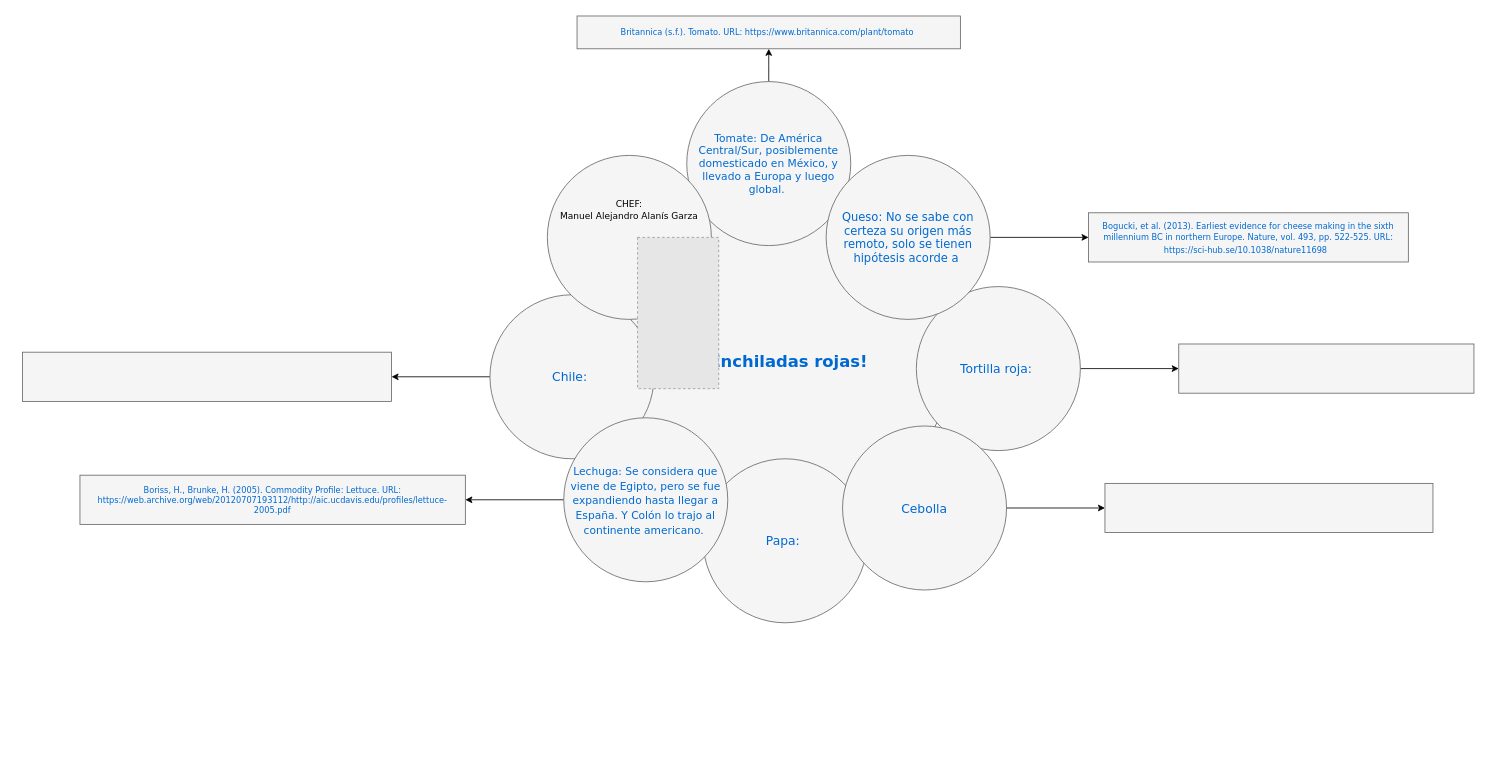
This is Diagrama sin título.drawio from manuelaag99/DRAWioFILES, a draw.io file, before an edit. Source tidied: cells renumbered, new cells numbered last; positions are measured from the earlier drawing's top-left corner, leaving out a move shared by most shapes. Both pictures are drawn from the tidied source at 82%, with x=0, y=0 at pixel (22, 16). Pictures stored in the file or linked from it are replaced by grey dashed boxes.
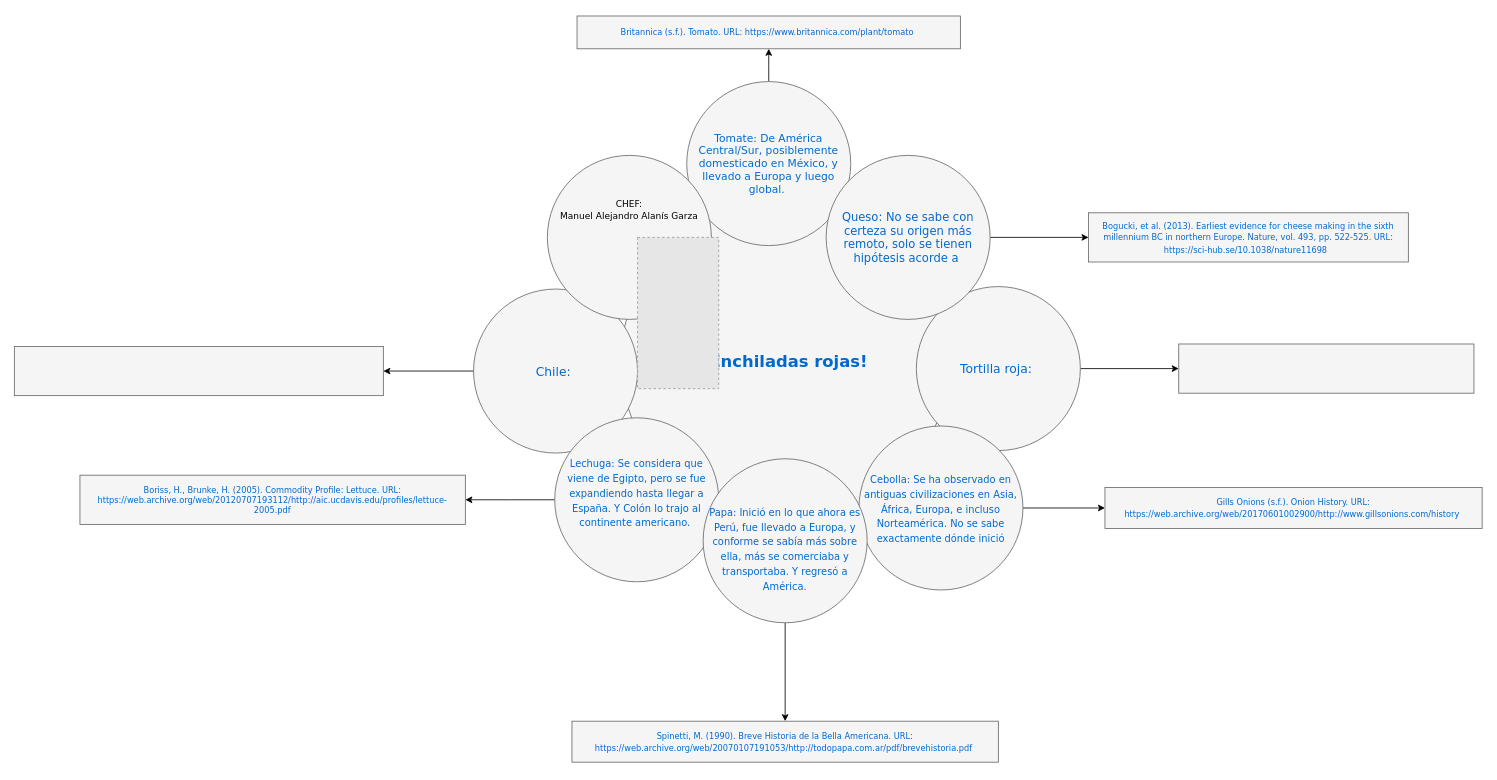
The same page after the edit.

Change to the diagram source:
```diff
@@
-    <mxCell id="5" value="Papa:&amp;nbsp;" style="ellipse;whiteSpace=wrap;html=1;rounded=0;shadow=0;dashed=0;comic=0;fontFamily=Verdana;fontSize=15;fontColor=#0069D1;fillColor=#f5f5f5;strokeColor=#666666;" parent="1" vertex="1">
-      <mxGeometry x="830" y="540" width="200" height="200" as="geometry" />
-    </mxCell>
+    <mxCell id="24" style="edgeStyle=orthogonalEdgeStyle;rounded=0;jettySize=auto;html=1;fontSize=20;fontColor=#000000;" parent="1" edge="1" source="5" target="25">
+      <mxGeometry relative="1" as="geometry" />
+    </mxCell>
@@
     <mxCell id="9" value="Chile:&amp;nbsp;" style="ellipse;whiteSpace=wrap;html=1;rounded=0;shadow=0;dashed=0;comic=0;fontFamily=Verdana;fontSize=15;fontColor=#0069D1;fillColor=#f5f5f5;strokeColor=#666666;" parent="1" vertex="1">
-      <mxGeometry x="570" y="340" width="200" height="200" as="geometry" />
+      <mxGeometry x="550" y="333" width="200" height="200" as="geometry" />
     </mxCell>
@@
-    <mxCell id="14" value="Cebolla" style="ellipse;whiteSpace=wrap;html=1;rounded=0;shadow=0;dashed=0;comic=0;fontFamily=Verdana;fontSize=15;fontColor=#0069D1;fillColor=#f5f5f5;strokeColor=#666666;" parent="1" vertex="1">
-      <mxGeometry x="1000" y="500" width="200" height="200" as="geometry" />
+    <mxCell id="14" value="&lt;font style=&quot;font-size: 12px;&quot;&gt;Cebolla: Se ha observado en antiguas civilizaciones en Asia, África, Europa, e incluso Norteamérica. No se sabe exactamente dónde inició&lt;/font&gt;" style="ellipse;whiteSpace=wrap;html=1;rounded=0;shadow=0;dashed=0;comic=0;fontFamily=Verdana;fontSize=15;fontColor=#0069D1;fillColor=#f5f5f5;strokeColor=#666666;" parent="1" vertex="1">
+      <mxGeometry x="1020" y="500" width="200" height="200" as="geometry" />
     </mxCell>
@@
-    <mxCell id="16" value="&lt;span style=&quot;font-size: 13px;&quot;&gt;Lechuga:&amp;nbsp;Se considera que viene de Egipto, pero se fue expandiendo hasta llegar a España. Y Colón lo trajo al continente americano.&amp;nbsp;&lt;/span&gt;" style="ellipse;whiteSpace=wrap;html=1;rounded=0;shadow=0;dashed=0;comic=0;fontFamily=Verdana;fontSize=15;fontColor=#0069D1;fillColor=#f5f5f5;strokeColor=#666666;" parent="1" vertex="1">
-      <mxGeometry x="660" y="490" width="200" height="200" as="geometry" />
+    <mxCell id="16" value="&lt;font style=&quot;font-size: 12px;&quot;&gt;Lechuga:&amp;nbsp;Se considera que viene de Egipto, pero se fue expandiendo hasta llegar a España. Y Colón lo trajo al continente americano.&amp;nbsp;&lt;br&gt;&lt;br&gt;&lt;/font&gt;" style="ellipse;whiteSpace=wrap;html=1;rounded=0;shadow=0;dashed=0;comic=0;fontFamily=Verdana;fontSize=15;fontColor=#0069D1;fillColor=#f5f5f5;strokeColor=#666666;" parent="1" vertex="1">
+      <mxGeometry x="649" y="490" width="200" height="200" as="geometry" />
     </mxCell>
@@
-    <mxCell id="20" style="whiteSpace=wrap;html=1;fontSize=15;fontFamily=Verdana;fillColor=#f5f5f5;strokeColor=#666666;fontColor=#0069D1;rounded=0;shadow=0;dashed=0;comic=0;" parent="1" vertex="1">
-      <mxGeometry x="1320" y="570" width="400" height="60" as="geometry" />
+    <mxCell id="20" value="&lt;p style=&quot;line-height: 90%;&quot;&gt;&lt;font style=&quot;font-size: 10px;&quot;&gt;Gills Onions (s.f.). Onion History. URL: https://web.archive.org/web/20170601002900/http://www.gillsonions.com/history&amp;nbsp;&lt;/font&gt;&lt;/p&gt;" style="whiteSpace=wrap;html=1;fontSize=15;fontFamily=Verdana;fillColor=#f5f5f5;strokeColor=#666666;fontColor=#0069D1;rounded=0;shadow=0;dashed=0;comic=0;" parent="1" vertex="1">
+      <mxGeometry x="1320" y="575" width="460" height="50" as="geometry" />
     </mxCell>
     <mxCell id="21" style="whiteSpace=wrap;html=1;fontSize=15;fontFamily=Verdana;fillColor=#f5f5f5;strokeColor=#666666;fontColor=#0069D1;rounded=0;shadow=0;dashed=0;comic=0;" parent="1" vertex="1">
-      <mxGeometry y="410" width="450" height="60" as="geometry" />
+      <mxGeometry x="-10" y="403" width="450" height="60" as="geometry" />
     </mxCell>
@@
+    <mxCell id="25" value="&lt;p style=&quot;line-height: 90%;&quot;&gt;&lt;font style=&quot;font-size: 10px;&quot;&gt;Spinetti, M. (1990). Breve Historia de la Bella Americana. URL: https://web.archive.org/web/20070107191053/http://todopapa.com.ar/pdf/brevehistoria.pdf&amp;nbsp;&lt;/font&gt;&lt;/p&gt;" style="whiteSpace=wrap;html=1;fontSize=15;fontFamily=Verdana;fillColor=#f5f5f5;strokeColor=#666666;fontColor=#0069D1;rounded=0;shadow=0;dashed=0;comic=0;" parent="1" vertex="1">
+      <mxGeometry x="670" y="860" width="520" height="50" as="geometry" />
+    </mxCell>
+    <mxCell id="5" value="&lt;font style=&quot;font-size: 12px;&quot;&gt;&lt;br&gt;Papa:&amp;nbsp;Inició en lo que ahora es Perú, fue llevado a Europa, y conforme se sabía más sobre ella, más se comerciaba y transportaba. Y regresó a América.&lt;/font&gt;" style="ellipse;whiteSpace=wrap;html=1;rounded=0;shadow=0;dashed=0;comic=0;fontFamily=Verdana;fontSize=15;fontColor=#0069D1;fillColor=#f5f5f5;strokeColor=#666666;" parent="1" vertex="1">
+      <mxGeometry x="830" y="540" width="200" height="200" as="geometry" />
+    </mxCell>
```
